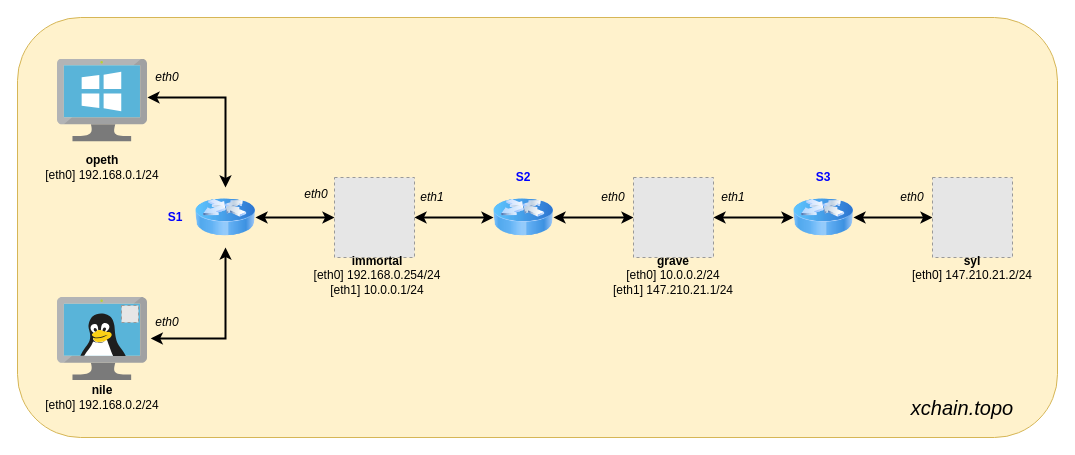
This is demo/xchain.drawio from orel33/qemunet, a draw.io file, before an edit. Source tidied: cells renumbered, new cells numbered last; positions are measured from the earlier drawing's top-left corner, leaving out a move shared by most shapes. Both pictures are drawn from the tidied source at 100%, with x=0, y=0 at pixel (17, 17). Pictures stored in the file or linked from it are replaced by grey dashed boxes.
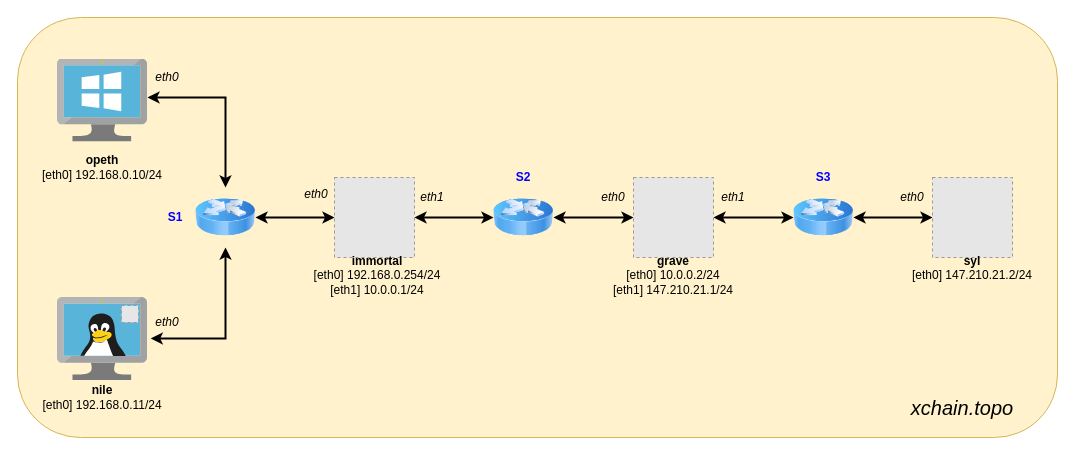
Above is the later version.

Commit message (it also covers changes not shown here):
update xchain demo

Diff of the diagram source:
```diff
@@
-    <mxCell id="10" value="&lt;div style=&quot;text-align: center&quot;&gt;&lt;b&gt;opeth&lt;/b&gt;&lt;/div&gt;[eth0] 192.168.0.1/24" style="text;html=1;strokeColor=none;fillColor=none;align=center;verticalAlign=middle;whiteSpace=wrap;rounded=0;" parent="1" vertex="1">
+    <mxCell id="10" value="&lt;div style=&quot;text-align: center&quot;&gt;&lt;b&gt;opeth&lt;/b&gt;&lt;/div&gt;[eth0] 192.168.0.10/24" style="text;html=1;strokeColor=none;fillColor=none;align=center;verticalAlign=middle;whiteSpace=wrap;rounded=0;" parent="1" vertex="1">
       <mxGeometry x="20" y="140" width="130" height="20" as="geometry" />
     </mxCell>
-    <mxCell id="11" value="&lt;div style=&quot;text-align: center&quot;&gt;&lt;b&gt;nile&lt;/b&gt;&lt;/div&gt;[eth0] 192.168.0.2/24" style="text;html=1;strokeColor=none;fillColor=none;align=center;verticalAlign=middle;whiteSpace=wrap;rounded=0;" parent="1" vertex="1">
+    <mxCell id="11" value="&lt;div style=&quot;text-align: center&quot;&gt;&lt;b&gt;nile&lt;/b&gt;&lt;/div&gt;[eth0] 192.168.0.11/24" style="text;html=1;strokeColor=none;fillColor=none;align=center;verticalAlign=middle;whiteSpace=wrap;rounded=0;" parent="1" vertex="1">
       <mxGeometry x="20" y="370" width="130" height="20" as="geometry" />
     </mxCell>
```
